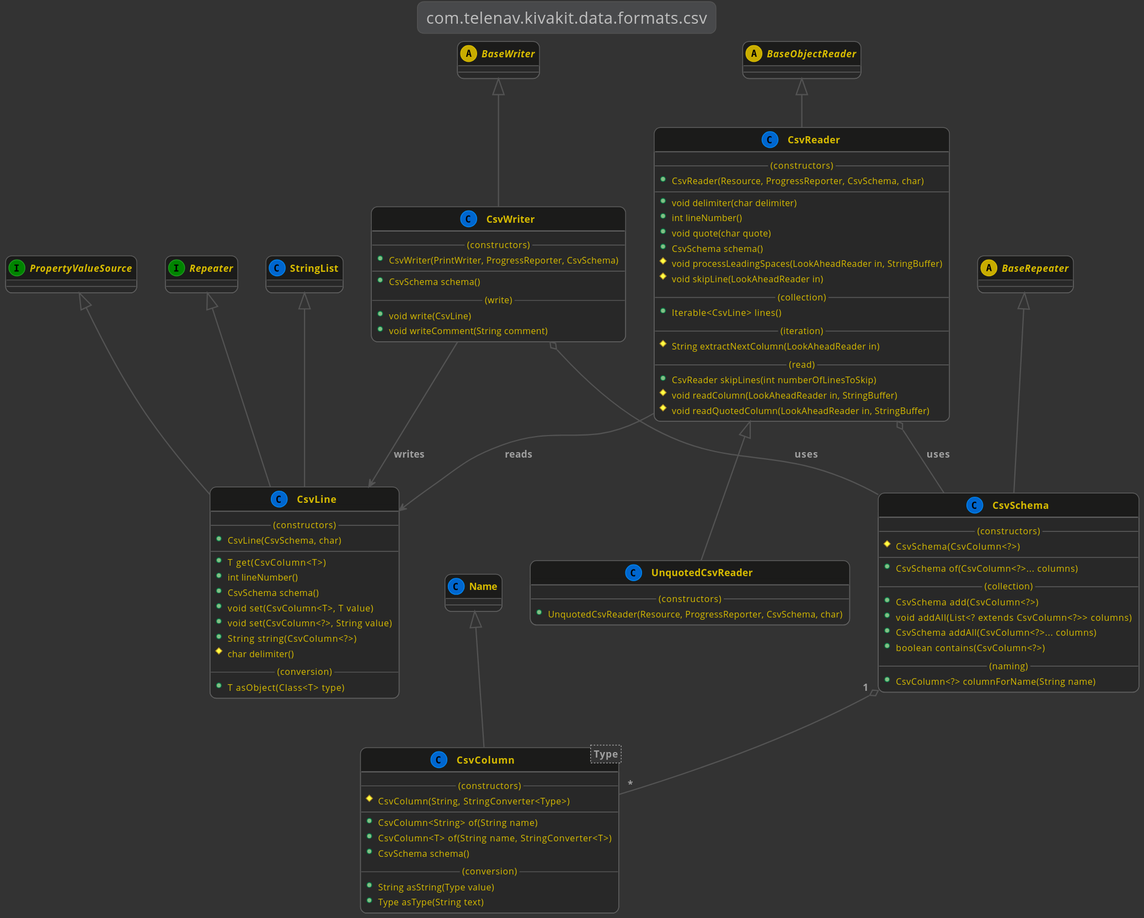
Earlier version of the PlantUML export kivakit-data/formats/csv/documentation/diagrams/com.telenav.kivakit.data.formats.csv.svg (Telenav/kivakit).
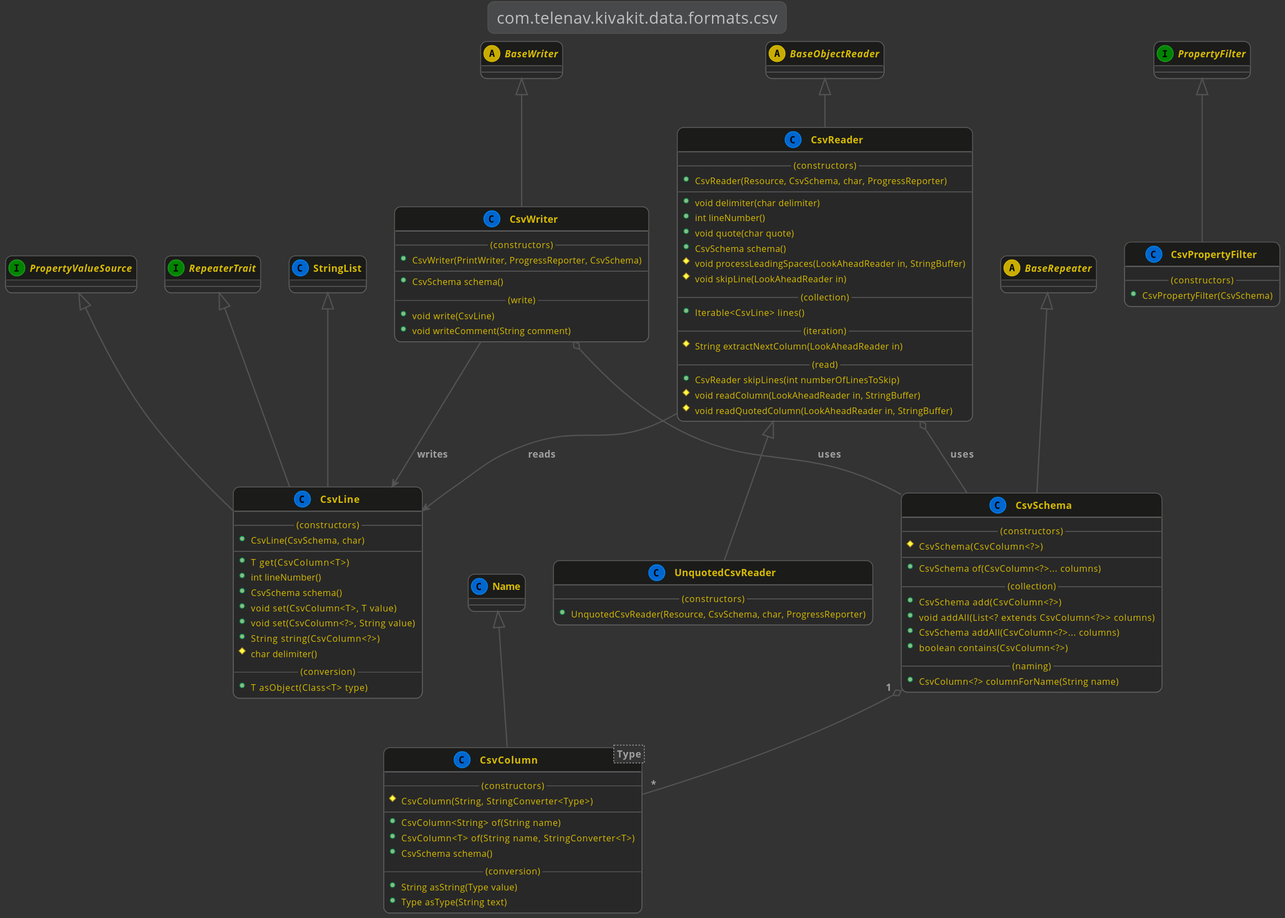
The same diagram one commit later.

Diff of the diagram source:
```diff
@@ -9,7 +9,8 @@
     abstract BaseRepeater
 
     interface PropertyValueSource
-    interface Repeater
+    interface RepeaterTrait
+    interface PropertyFilter
 
     Name <|-- CsvColumn
     class CsvColumn<Type>
@@ -27,7 +28,7 @@
 
     StringList <|-- CsvLine
     PropertyValueSource <|-- CsvLine
-    Repeater <|-- CsvLine
+    RepeaterTrait <|-- CsvLine
     class CsvLine
     {
         --(constructors)--
@@ -44,13 +45,20 @@
         +T asObject(Class<T> type)
     }
 
+    PropertyFilter <|-- CsvPropertyFilter
+    class CsvPropertyFilter
+    {
+        --(constructors)--
+        +CsvPropertyFilter(CsvSchema)
+    }
+
     BaseObjectReader <|-- CsvReader
     CsvReader --> CsvLine : "reads"
     CsvReader o-- CsvSchema : "uses"
     class CsvReader
     {
         --(constructors)--
-        +CsvReader(Resource, ProgressReporter, CsvSchema, char)
+        +CsvReader(Resource, CsvSchema, char, ProgressReporter)
         --
         +void delimiter(char delimiter)
         +int lineNumber()
@@ -103,7 +111,7 @@
     class UnquotedCsvReader
     {
         --(constructors)--
-        +UnquotedCsvReader(Resource, ProgressReporter, CsvSchema, char)
+        +UnquotedCsvReader(Resource, CsvSchema, char, ProgressReporter)
     }
 
 @enduml
```
